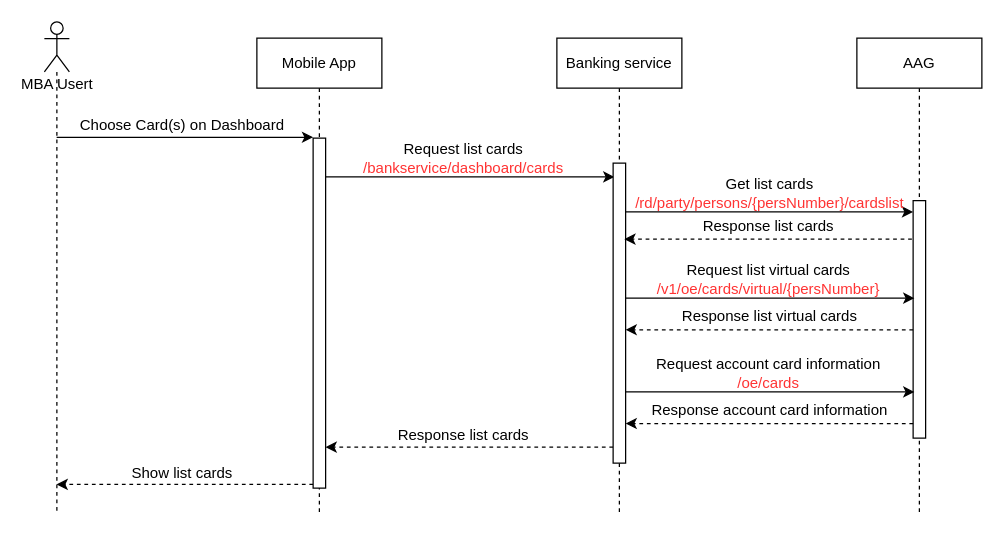
Above: page "View-List-Card" (1 of 15) of Sequence Diagram.drawio in lyminh1994/diagram (draw.io), before the change. Source tidied: cells renumbered, new cells numbered last; positions are measured from the earlier drawing's top-left corner, leaving out a move shared by most shapes. Both pictures are drawn from the tidied source at 125%, with x=0, y=0 at pixel (44, 21).
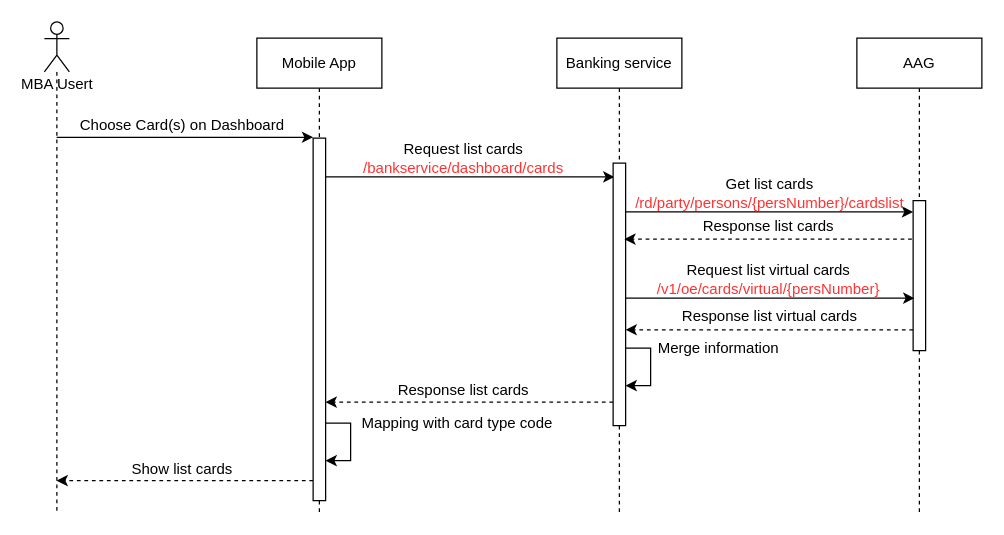
After the change.

The edit, as a diff of the source:
```diff
@@
     <mxCell id="8" style="edgeStyle=none;rounded=0;orthogonalLoop=1;jettySize=auto;html=1;dashed=1;" parent="1" edge="1">
       <mxGeometry relative="1" as="geometry">
-        <mxPoint x="215" y="370" as="sourcePoint" />
-        <mxPoint x="9.8" y="370" as="targetPoint" />
+        <mxPoint x="215" y="367" as="sourcePoint" />
+        <mxPoint x="9.8" y="367" as="targetPoint" />
       </mxGeometry>
     </mxCell>
     <mxCell id="9" style="html=1;perimeter=orthogonalPerimeter;" parent="1" vertex="1">
-      <mxGeometry x="215" y="93" width="10" height="280" as="geometry" />
+      <mxGeometry x="215" y="93" width="10" height="290" as="geometry" />
     </mxCell>
@@
     <mxCell id="12" style="edgeStyle=none;rounded=0;orthogonalLoop=1;jettySize=auto;html=1;entryX=1;entryY=0.819;entryDx=0;entryDy=0;entryPerimeter=0;dashed=1;" parent="1" edge="1">
       <mxGeometry relative="1" as="geometry">
-        <mxPoint x="455" y="340.2" as="sourcePoint" />
-        <mxPoint x="225" y="340.2" as="targetPoint" />
+        <mxPoint x="455" y="304.2" as="sourcePoint" />
+        <mxPoint x="225" y="304.2" as="targetPoint" />
       </mxGeometry>
     </mxCell>
     <mxCell id="13" style="html=1;perimeter=orthogonalPerimeter;" parent="1" vertex="1">
-      <mxGeometry x="455" y="113" width="10" height="240" as="geometry" />
+      <mxGeometry x="455" y="113" width="10" height="210" as="geometry" />
     </mxCell>
@@
     <mxCell id="15" style="html=1;perimeter=orthogonalPerimeter;" parent="1" vertex="1">
-      <mxGeometry x="695" y="143" width="10" height="190" as="geometry" />
+      <mxGeometry x="695" y="143" width="10" height="120" as="geometry" />
     </mxCell>
@@
     <mxCell id="19" value="Show list cards" style="text;html=1;align=center;verticalAlign=middle;strokeColor=none;" parent="1" vertex="1">
-      <mxGeometry x="60" y="351" width="100" height="20" as="geometry" />
+      <mxGeometry x="60" y="348" width="100" height="20" as="geometry" />
     </mxCell>
     <mxCell id="20" value="Response list cards" style="text;html=1;align=center;verticalAlign=middle;strokeColor=none;" parent="1" vertex="1">
-      <mxGeometry x="275" y="321" width="120" height="20" as="geometry" />
+      <mxGeometry x="275" y="285" width="120" height="20" as="geometry" />
     </mxCell>
@@
-    <mxCell id="25" style="edgeStyle=none;rounded=0;orthogonalLoop=1;jettySize=auto;html=1;entryX=0.1;entryY=0.1;entryDx=0;entryDy=0;entryPerimeter=0;" parent="1" edge="1">
-      <mxGeometry relative="1" as="geometry">
-        <mxPoint x="465" y="296" as="sourcePoint" />
-        <mxPoint x="696" y="296" as="targetPoint" />
-      </mxGeometry>
-    </mxCell>
-    <mxCell id="26" value="Request account card information&lt;br&gt;&lt;span style=&quot;color: rgb(255 , 51 , 51)&quot;&gt;/oe/cards&lt;/span&gt;" style="text;html=1;align=center;verticalAlign=middle;strokeColor=none;" parent="1" vertex="1">
-      <mxGeometry x="484" y="266" width="190" height="30" as="geometry" />
-    </mxCell>
-    <mxCell id="27" style="edgeStyle=none;rounded=0;orthogonalLoop=1;jettySize=auto;html=1;entryX=1;entryY=0.639;entryDx=0;entryDy=0;entryPerimeter=0;dashed=1;" parent="1" edge="1">
-      <mxGeometry relative="1" as="geometry">
-        <mxPoint x="695" y="321.3" as="sourcePoint" />
-        <mxPoint x="465" y="321.3" as="targetPoint" />
-      </mxGeometry>
-    </mxCell>
-    <mxCell id="28" value="Response account card information" style="text;html=1;align=center;verticalAlign=middle;strokeColor=none;" parent="1" vertex="1">
-      <mxGeometry x="480" y="301" width="200" height="20" as="geometry" />
-    </mxCell>
+    <mxCell id="29" style="edgeStyle=orthogonalEdgeStyle;rounded=0;orthogonalLoop=1;jettySize=auto;html=1;entryX=1;entryY=0.794;entryDx=0;entryDy=0;entryPerimeter=0;" parent="1" edge="1">
+      <mxGeometry relative="1" as="geometry">
+        <mxPoint x="465" y="261" as="sourcePoint" />
+        <mxPoint x="465" y="291" as="targetPoint" />
+        <Array as="points">
+          <mxPoint x="485" y="261" />
+          <mxPoint x="485" y="291" />
+        </Array>
+      </mxGeometry>
+    </mxCell>
+    <mxCell id="30" value="Merge information" style="text;html=1;align=center;verticalAlign=middle;strokeColor=none;fillColor=none;" parent="1" vertex="1">
+      <mxGeometry x="484" y="251" width="110" height="20" as="geometry" />
+    </mxCell>
+    <mxCell id="31" style="edgeStyle=orthogonalEdgeStyle;rounded=0;orthogonalLoop=1;jettySize=auto;html=1;entryX=1;entryY=0.794;entryDx=0;entryDy=0;entryPerimeter=0;" parent="1" edge="1">
+      <mxGeometry relative="1" as="geometry">
+        <mxPoint x="225" y="321" as="sourcePoint" />
+        <mxPoint x="225" y="351" as="targetPoint" />
+        <Array as="points">
+          <mxPoint x="245" y="321" />
+          <mxPoint x="245" y="351" />
+        </Array>
+      </mxGeometry>
+    </mxCell>
+    <mxCell id="32" value="Mapping with card type code" style="text;html=1;align=center;verticalAlign=middle;strokeColor=none;fillColor=none;" parent="1" vertex="1">
+      <mxGeometry x="245" y="311" width="170" height="20" as="geometry" />
+    </mxCell>
```
